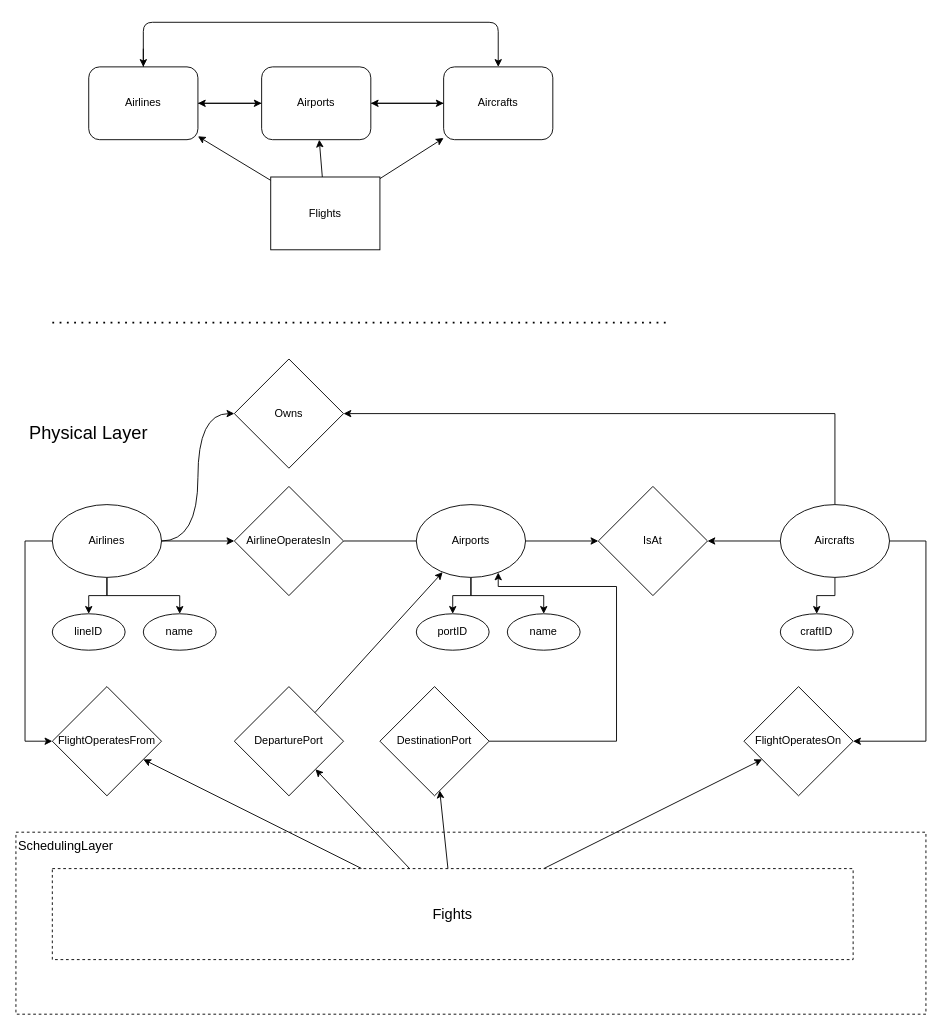
This is page "PhysicalLayer" (3 of 7) of ERDiagram.drawio from kyle4036/DatabaseManagement2026Project1, a draw.io file, before an edit. Source tidied: cells renumbered, new cells numbered last; positions are measured from the earlier drawing's top-left corner, leaving out a move shared by most shapes. Both pictures are drawn from the tidied source at 91%, with x=0, y=0 at pixel (15, 22).
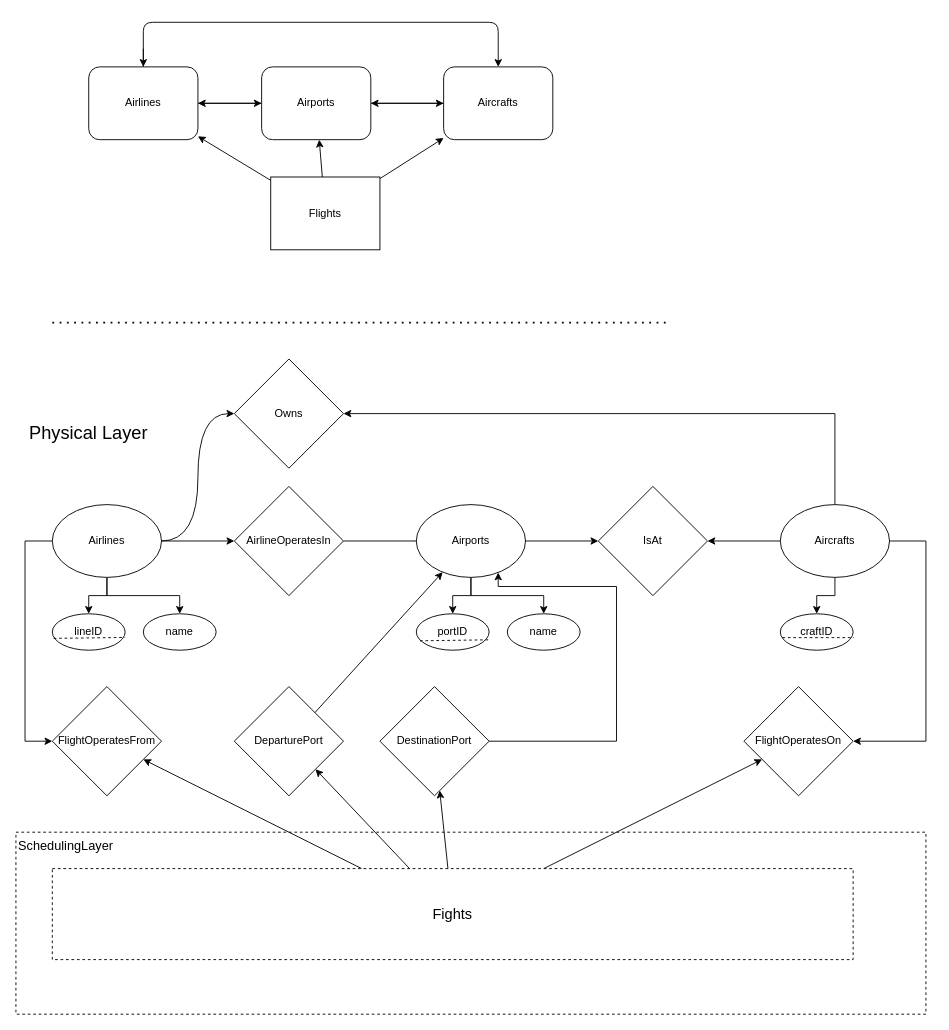
Above is the later version.

The edit, as a diff of the source:
```diff
@@
-    <mxCell id="27" value="lineID" style="ellipse;whiteSpace=wrap;html=1;" parent="1" vertex="1">
-      <mxGeometry x="40" y="650" width="80" height="40" as="geometry" />
-    </mxCell>
-    <mxCell id="28" value="portID" style="ellipse;whiteSpace=wrap;html=1;" parent="1" vertex="1">
-      <mxGeometry x="440" y="650" width="80" height="40" as="geometry" />
-    </mxCell>
-    <mxCell id="29" value="craftID" style="ellipse;whiteSpace=wrap;html=1;" parent="1" vertex="1">
-      <mxGeometry x="840" y="650" width="80" height="40" as="geometry" />
-    </mxCell>
@@
+    <mxCell id="54" style="group;" parent="1" vertex="1">
+      <mxGeometry x="40" y="650" width="80" height="40" as="geometry" />
+    </mxCell>
+    <mxCell id="55" style="group;" parent="54" vertex="1">
+      <mxGeometry width="80" height="40" as="geometry" />
+    </mxCell>
+    <mxCell id="27" value="lineID" style="ellipse;whiteSpace=wrap;html=1;" parent="55" vertex="1">
+      <mxGeometry width="80" height="40" as="geometry" />
+    </mxCell>
+    <mxCell id="56" style="endArrow=none;dashed=1;html=1;rounded=0;exitX=0.018;exitY=0.675;exitDx=0;exitDy=0;exitPerimeter=0;" parent="54" edge="1" source="27">
+      <mxGeometry relative="1" as="geometry">
+        <mxPoint x="80" y="26" as="targetPoint" />
+      </mxGeometry>
+    </mxCell>
+    <mxCell id="57" style="group;" parent="1" vertex="1">
+      <mxGeometry x="440" y="650" width="80" height="40" as="geometry" />
+    </mxCell>
+    <mxCell id="28" value="portID" style="ellipse;whiteSpace=wrap;html=1;" parent="57" vertex="1">
+      <mxGeometry width="80" height="40" as="geometry" />
+    </mxCell>
+    <mxCell id="58" style="endArrow=none;dashed=1;html=1;rounded=0;entryX=0.998;entryY=0.715;entryDx=0;entryDy=0;entryPerimeter=0;exitX=0.05;exitY=0.742;exitDx=0;exitDy=0;exitPerimeter=0;" parent="57" edge="1" source="28" target="28">
+      <mxGeometry relative="1" as="geometry" />
+    </mxCell>
+    <mxCell id="59" style="group;" parent="1" vertex="1">
+      <mxGeometry x="840" y="650" width="80" height="40" as="geometry" />
+    </mxCell>
+    <mxCell id="29" value="craftID" style="ellipse;whiteSpace=wrap;html=1;" parent="59" vertex="1">
+      <mxGeometry width="80" height="40" as="geometry" />
+    </mxCell>
+    <mxCell id="60" style="endArrow=none;dashed=1;html=1;rounded=0;exitX=0.028;exitY=0.655;exitDx=0;exitDy=0;exitPerimeter=0;entryX=1.013;entryY=0.655;entryDx=0;entryDy=0;entryPerimeter=0;" parent="59" edge="1" source="29" target="29">
+      <mxGeometry relative="1" as="geometry" />
+    </mxCell>
```
